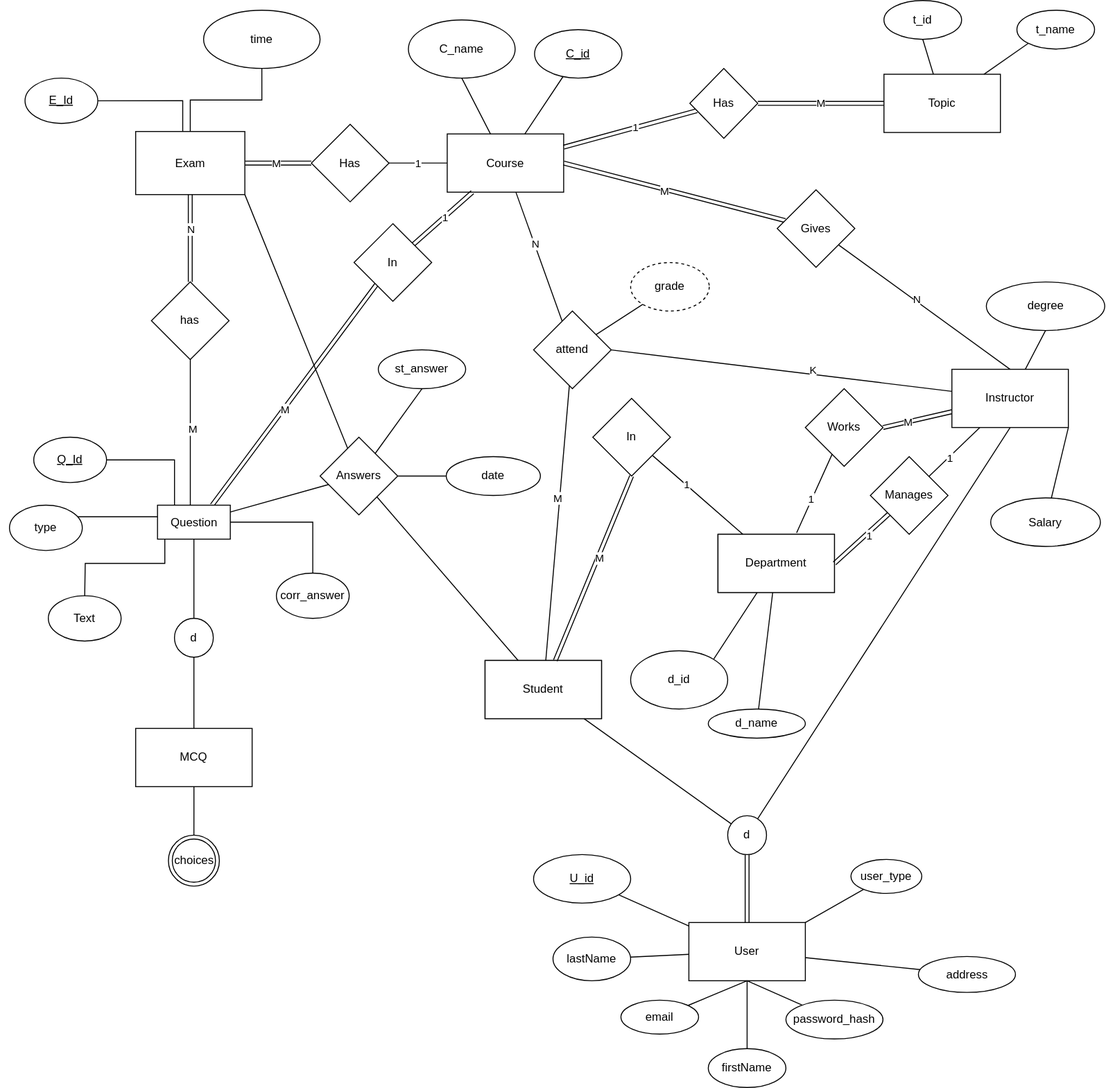
abdo1819/Examination-system keeps this draw.io diagram as ERD.drawio.svg. Above is the earlier version. Source tidied: cells renumbered, new cells last; positions are measured from the earlier drawing's top-left corner, leaving out a move shared by most shapes.
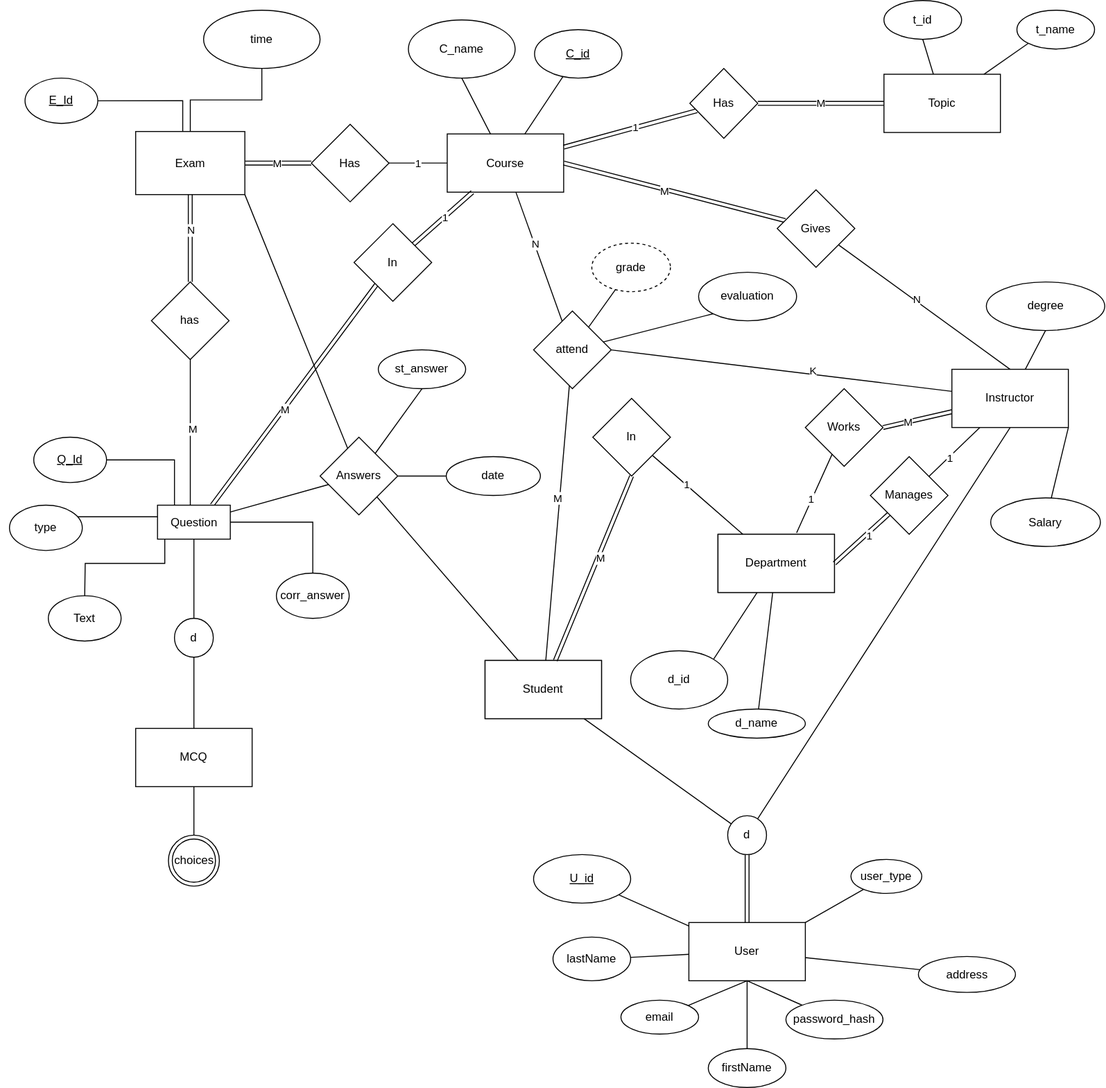
Above is the later version.

Commit message:
add evaluation for ins

The edit, as a diff of the source:
```diff
@@ -3,7 +3,7 @@
     <mxCell id="0" />
     <mxCell id="1" parent="0" />
     <mxCell id="2" style="group;" parent="1" vertex="1">
-      <mxGeometry y="60" width="749" height="310" as="geometry" />
+      <mxGeometry y="60" width="839" height="310" as="geometry" />
     </mxCell>
     <mxCell id="3" style="edgeStyle=orthogonalEdgeStyle;shape=link;rounded=0;jettySize=auto;html=1;" parent="2" edge="1" source="5" target="19">
       <mxGeometry relative="1" as="geometry" />
@@ -77,8 +77,11 @@
       <mxGeometry x="0.21" relative="1" as="geometry" />
     </mxCell>
     <mxCell id="24" value="grade" style="ellipse;whiteSpace=wrap;html=1;dashed=1;" parent="2" vertex="1">
-      <mxGeometry x="649" y="210" width="81" height="50" as="geometry" />
+      <mxGeometry x="609" y="190" width="81" height="50" as="geometry" />
     </mxCell>
+    <mxCell id="127" value="evaluation" style="ellipse;whiteSpace=wrap;html=1;" parent="2" vertex="1">
+      <mxGeometry x="719" y="220" width="101" height="50" as="geometry" />
+    </mxCell>
     <mxCell id="25" style="edgeStyle=orthogonalEdgeStyle;rounded=0;jettySize=auto;html=1;endArrow=none;endFill=0;" parent="1" edge="1" source="21" target="107">
       <mxGeometry relative="1" as="geometry">
         <Array as="points">
@@ -173,6 +176,9 @@
     <mxCell id="53" value="M" style="edgeLabel;html=1;align=center;verticalAlign=middle;" parent="52" vertex="1">
       <mxGeometry x="-0.18" y="-2" relative="1" as="geometry" />
     </mxCell>
+    <mxCell id="128" style="rounded=0;jettySize=auto;html=1;entryX=0;entryY=1;entryDx=0;entryDy=0;endArrow=none;endFill=0;" parent="1" edge="1" source="54" target="127">
+      <mxGeometry relative="1" as="geometry" />
+    </mxCell>
     <mxCell id="54" value="attend" style="rhombus;whiteSpace=wrap;html=1;" parent="1" vertex="1">
       <mxGeometry x="549" y="320" width="80" height="80" as="geometry" />
     </mxCell>
```
